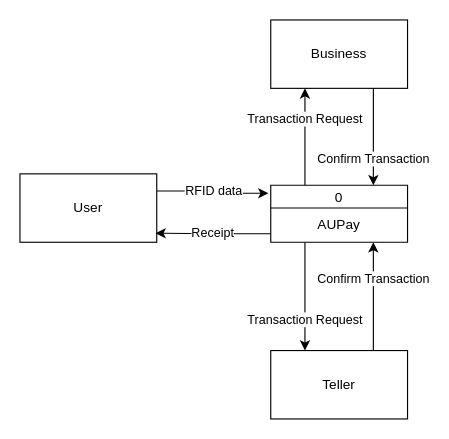
The draw.io diagram page "DFD - Level 0" (9 of 15) of docs/AUPay Diagrams.drawio in 1icolo/AUPay, before the edit. Source tidied: cells renumbered, new cells numbered last; positions are measured from the earlier drawing's top-left corner, leaving out a move shared by most shapes. Both pictures are drawn from the tidied source at 114%, with x=0, y=0 at pixel (19, 19).
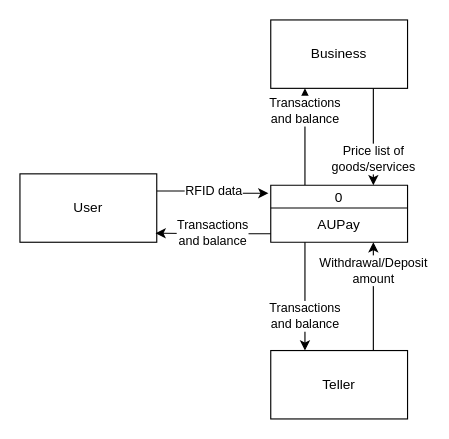
After the change.

Change to the diagram source:
```diff
@@
 <mxGraphModel>
   <root>
     <mxCell id="0" />
     <mxCell id="1" parent="0" />
     <mxCell id="2" value="RFID data" style="edgeStyle=orthogonalEdgeStyle;rounded=0;jettySize=auto;html=1;exitX=1;exitY=0.25;exitDx=0;exitDy=0;entryX=-0.017;entryY=0.14;entryDx=0;entryDy=0;entryPerimeter=0;" parent="1" edge="1" source="3" target="10">
       <mxGeometry relative="1" as="geometry" />
     </mxCell>
     <mxCell id="3" value="User" style="rounded=0;whiteSpace=wrap;html=1;" parent="1" vertex="1">
       <mxGeometry y="135" width="120" height="60" as="geometry" />
     </mxCell>
-    <mxCell id="4" value="Confirm Transaction" style="edgeStyle=orthogonalEdgeStyle;rounded=0;jettySize=auto;html=1;exitX=0.75;exitY=1;exitDx=0;exitDy=0;entryX=0.75;entryY=0;entryDx=0;entryDy=0;" parent="1" edge="1" source="5" target="10">
+    <mxCell id="4" value="Price list of&lt;br&gt;goods/services" style="edgeStyle=orthogonalEdgeStyle;rounded=0;jettySize=auto;html=1;exitX=0.75;exitY=1;exitDx=0;exitDy=0;entryX=0.75;entryY=0;entryDx=0;entryDy=0;" parent="1" edge="1" source="5" target="10">
       <mxGeometry x="0.47" relative="1" as="geometry" />
     </mxCell>
     <mxCell id="5" value="Business" style="whiteSpace=wrap;html=1;" parent="1" vertex="1">
       <mxGeometry x="220" width="120" height="60" as="geometry" />
     </mxCell>
-    <mxCell id="6" value="Confirm Transaction" style="edgeStyle=orthogonalEdgeStyle;rounded=0;jettySize=auto;html=1;exitX=0.75;exitY=0;exitDx=0;exitDy=0;entryX=0.75;entryY=1;entryDx=0;entryDy=0;" parent="1" edge="1" source="7" target="11">
-      <mxGeometry x="0.33" relative="1" as="geometry" />
+    <mxCell id="6" value="Withdrawal/Deposit &lt;br&gt;amount" style="edgeStyle=orthogonalEdgeStyle;rounded=0;jettySize=auto;html=1;exitX=0.75;exitY=0;exitDx=0;exitDy=0;entryX=0.75;entryY=1;entryDx=0;entryDy=0;" parent="1" edge="1" source="7" target="11">
+      <mxGeometry x="0.47" relative="1" as="geometry" />
     </mxCell>
     <mxCell id="7" value="Teller" style="whiteSpace=wrap;html=1;" parent="1" vertex="1">
       <mxGeometry x="220" y="290" width="120" height="60" as="geometry" />
     </mxCell>
-    <mxCell id="8" value="Transaction Request" style="edgeStyle=orthogonalEdgeStyle;rounded=0;jettySize=auto;html=1;exitX=0.25;exitY=0;exitDx=0;exitDy=0;entryX=0.25;entryY=1;entryDx=0;entryDy=0;" parent="1" edge="1" source="10" target="5">
-      <mxGeometry x="0.36" relative="1" as="geometry" />
+    <mxCell id="8" value="Transactions&lt;br&gt;and balance" style="edgeStyle=orthogonalEdgeStyle;rounded=0;jettySize=auto;html=1;exitX=0.25;exitY=0;exitDx=0;exitDy=0;entryX=0.25;entryY=1;entryDx=0;entryDy=0;" parent="1" edge="1" source="10" target="5">
+      <mxGeometry x="0.53" relative="1" as="geometry" />
     </mxCell>
-    <mxCell id="9" value="Transaction Request" style="edgeStyle=orthogonalEdgeStyle;rounded=0;jettySize=auto;html=1;exitX=0.25;exitY=1;exitDx=0;exitDy=0;entryX=0.25;entryY=0;entryDx=0;entryDy=0;" parent="1" edge="1" source="11" target="7">
-      <mxGeometry x="0.43" relative="1" as="geometry" />
-    </mxCell>
     <mxCell id="10" value="0" style="swimlane;fontStyle=0;horizontal=1;startSize=20;fillColor=#ffffff;swimlaneFillColor=#ffffff;rounded=0;shadow=0;sketch=0;" parent="1" vertex="1">
       <mxGeometry x="220" y="145" width="120" height="50" as="geometry" />
     </mxCell>
     <mxCell id="11" value="AUPay" style="text;strokeColor=none;align=center;fillColor=none;html=1;verticalAlign=middle;whiteSpace=wrap;rounded=0;shadow=0;sketch=0;" parent="10" vertex="1">
       <mxGeometry y="20" width="120" height="30" as="geometry" />
     </mxCell>
-    <mxCell id="12" value="Receipt" style="edgeStyle=orthogonalEdgeStyle;rounded=0;jettySize=auto;html=1;exitX=0;exitY=0.75;exitDx=0;exitDy=0;entryX=0.991;entryY=0.868;entryDx=0;entryDy=0;entryPerimeter=0;" parent="1" edge="1" source="11" target="3">
+    <mxCell id="12" value="Transactions&lt;br&gt;and balance" style="edgeStyle=orthogonalEdgeStyle;rounded=0;jettySize=auto;html=1;exitX=0;exitY=0.75;exitDx=0;exitDy=0;entryX=0.991;entryY=0.868;entryDx=0;entryDy=0;entryPerimeter=0;" parent="1" edge="1" source="11" target="3">
       <mxGeometry relative="1" as="geometry" />
     </mxCell>
+    <mxCell id="9" value="Transactions&lt;br style=&quot;border-color: var(--border-color);&quot;&gt;and balance" style="edgeStyle=orthogonalEdgeStyle;rounded=0;jettySize=auto;html=1;exitX=0.25;exitY=1;exitDx=0;exitDy=0;entryX=0.25;entryY=0;entryDx=0;entryDy=0;" parent="1" edge="1" source="11" target="7">
+      <mxGeometry x="0.37" relative="1" as="geometry" />
+    </mxCell>
   </root>
 </mxGraphModel>
```
